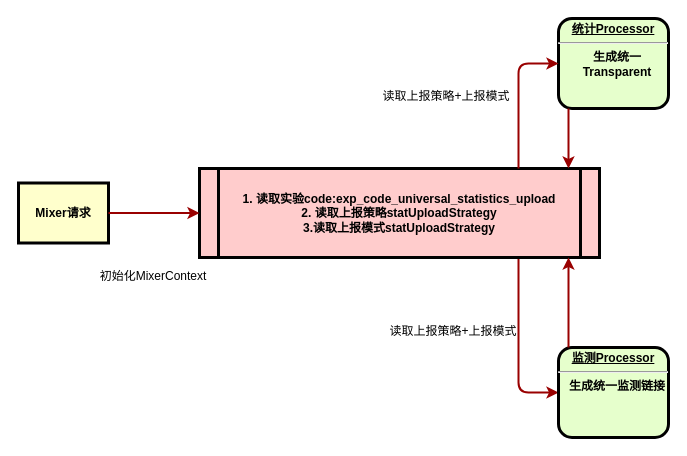
karlchan-cn/drawio-repository keeps this draw.io diagram as universal-engine/统一实验初始化流程.drawio. Above is the earlier version. Source tidied: cells renumbered, new cells numbered last; positions are measured from the earlier drawing's top-left corner, leaving out a move shared by most shapes. Both pictures are drawn from the tidied source at 100%, with x=0, y=0 at pixel (18, 18).
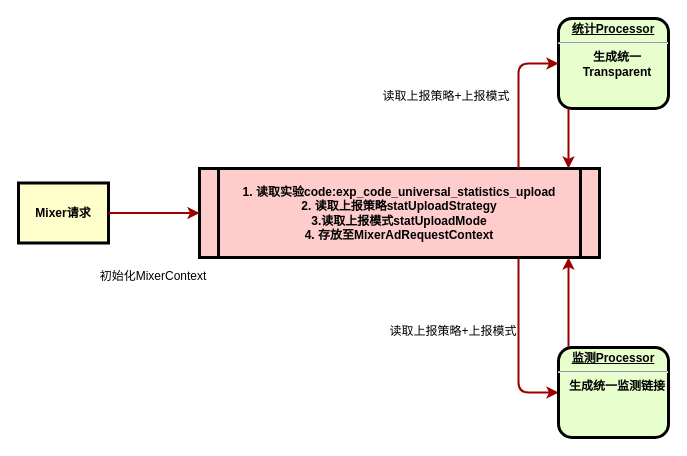
The same page after the edit.

Commit message:
Update 统一实验初始化流程.drawio

Change to the diagram source:
```diff
@@
 <mxGraphModel>
   <root>
     <mxCell id="0" />
     <mxCell id="1" parent="0" />
     <mxCell id="2" value="Mixer请求" style="whiteSpace=wrap;align=center;verticalAlign=middle;fontStyle=1;strokeWidth=3;fillColor=#FFFFCC;" parent="1" vertex="1">
       <mxGeometry y="164.5" width="90" height="60" as="geometry" />
     </mxCell>
     <mxCell id="3" style="edgeStyle=orthogonalEdgeStyle;rounded=1;jettySize=auto;html=1;entryX=0;entryY=0.5;entryDx=0;entryDy=0;strokeWidth=2;strokeColor=#990000;" parent="1" edge="1" source="4" target="6">
       <mxGeometry relative="1" as="geometry">
         <Array as="points">
           <mxPoint x="500" y="374" />
         </Array>
       </mxGeometry>
     </mxCell>
-    <mxCell id="4" value="1. 读取实验code:exp_code_universal_statistics_upload&#10;2. 读取上报策略statUploadStrategy&#10;3.读取上报模式statUploadStrategy" style="shape=process;whiteSpace=wrap;align=center;verticalAlign=middle;size=0.0475;fontStyle=1;strokeWidth=3;fillColor=#FFCCCC;" parent="1" vertex="1">
+    <mxCell id="4" value="1. 读取实验code:exp_code_universal_statistics_upload&#10;2. 读取上报策略statUploadStrategy&#10;3.读取上报模式statUploadMode&#10;4. 存放至MixerAdRequestContext" style="shape=process;whiteSpace=wrap;align=center;verticalAlign=middle;size=0.0475;fontStyle=1;strokeWidth=3;fillColor=#FFCCCC;" parent="1" vertex="1">
       <mxGeometry x="181" y="150" width="400" height="89" as="geometry" />
     </mxCell>
     <mxCell id="5" value="&lt;p style=&quot;margin: 0px ; margin-top: 4px ; text-align: center ; text-decoration: underline&quot;&gt;&lt;strong&gt;统计Processor&lt;/strong&gt;&lt;/p&gt;&lt;hr&gt;&lt;p style=&quot;margin: 0px ; margin-left: 8px&quot;&gt;生成统一&lt;/p&gt;&lt;p style=&quot;margin: 0px ; margin-left: 8px&quot;&gt;Transparent&lt;/p&gt;" style="verticalAlign=middle;align=center;overflow=fill;fontSize=12;fontFamily=Helvetica;html=1;rounded=1;fontStyle=1;strokeWidth=3;fillColor=#E6FFCC;" parent="1" vertex="1">
       <mxGeometry x="540" width="110" height="90" as="geometry" />
     </mxCell>
     <mxCell id="6" value="&lt;p style=&quot;margin: 0px ; margin-top: 4px ; text-align: center ; text-decoration: underline&quot;&gt;&lt;strong&gt;监测Processor&lt;/strong&gt;&lt;/p&gt;&lt;hr&gt;&lt;p style=&quot;margin: 0px ; margin-left: 8px&quot;&gt;生成统一监测链接&lt;/p&gt;" style="verticalAlign=middle;align=center;overflow=fill;fontSize=12;fontFamily=Helvetica;html=1;rounded=1;fontStyle=1;strokeWidth=3;fillColor=#E6FFCC;" parent="1" vertex="1">
       <mxGeometry x="540" y="329" width="110" height="90" as="geometry" />
     </mxCell>
     <mxCell id="7" style="edgeStyle=none;noEdgeStyle=1;strokeColor=#990000;strokeWidth=2;exitX=1;exitY=0.5;exitDx=0;exitDy=0;entryX=0;entryY=0.5;entryDx=0;entryDy=0;" parent="1" edge="1" source="2" target="4">
       <mxGeometry relative="1" as="geometry" />
     </mxCell>
     <mxCell id="8" style="edgeStyle=elbowEdgeStyle;elbow=horizontal;strokeColor=#990000;strokeWidth=2;" parent="1" edge="1" source="5" target="4">
       <mxGeometry relative="1" as="geometry">
         <Array as="points">
           <mxPoint x="550" y="119" />
         </Array>
       </mxGeometry>
     </mxCell>
     <mxCell id="9" style="edgeStyle=segmentEdgeStyle;strokeColor=#990000;strokeWidth=2;" parent="1" edge="1" source="4" target="5">
       <mxGeometry relative="1" as="geometry">
         <Array as="points">
           <mxPoint x="500" y="45" />
         </Array>
       </mxGeometry>
     </mxCell>
     <mxCell id="10" style="edgeStyle=elbowEdgeStyle;elbow=horizontal;strokeColor=#990000;strokeWidth=2;" parent="1" edge="1" source="6" target="4">
       <mxGeometry relative="1" as="geometry">
         <Array as="points">
           <mxPoint x="550" y="279" />
           <mxPoint x="550" y="349" />
           <mxPoint x="550" y="229" />
         </Array>
       </mxGeometry>
     </mxCell>
     <mxCell id="11" value="读取上报策略+上报模式" style="text;spacingTop=-5;align=center;" parent="1" vertex="1">
       <mxGeometry x="393" y="69" width="70" height="40" as="geometry" />
     </mxCell>
     <mxCell id="12" value="初始化MixerContext" style="text;spacingTop=-5;align=center;" parent="1" vertex="1">
       <mxGeometry x="120" y="249" width="30" height="20" as="geometry" />
     </mxCell>
     <mxCell id="13" value="读取上报策略+上报模式" style="text;spacingTop=-5;align=center;" parent="1" vertex="1">
       <mxGeometry x="400" y="304" width="70" height="40" as="geometry" />
     </mxCell>
   </root>
 </mxGraphModel>
```
